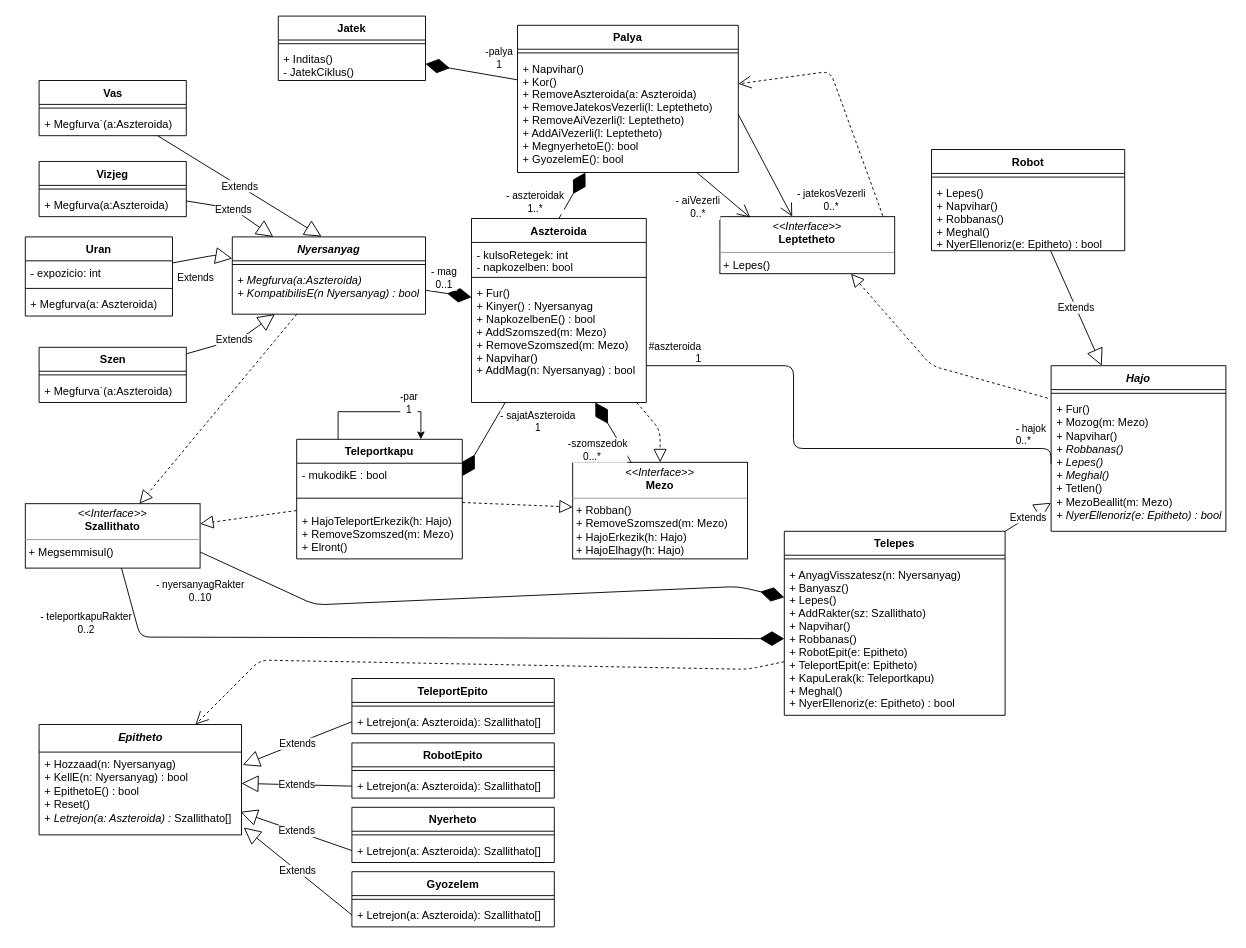
Earlier version of the draw.io diagram doc/class.drawio (torpeBoiGo/aszteroidabanyaszat). Source tidied: cells renumbered, new cells numbered last; positions are measured from the earlier drawing's top-left corner, leaving out a move shared by most shapes. Both pictures are drawn from the tidied source at 92%, with x=0, y=0 at pixel (25, 16).
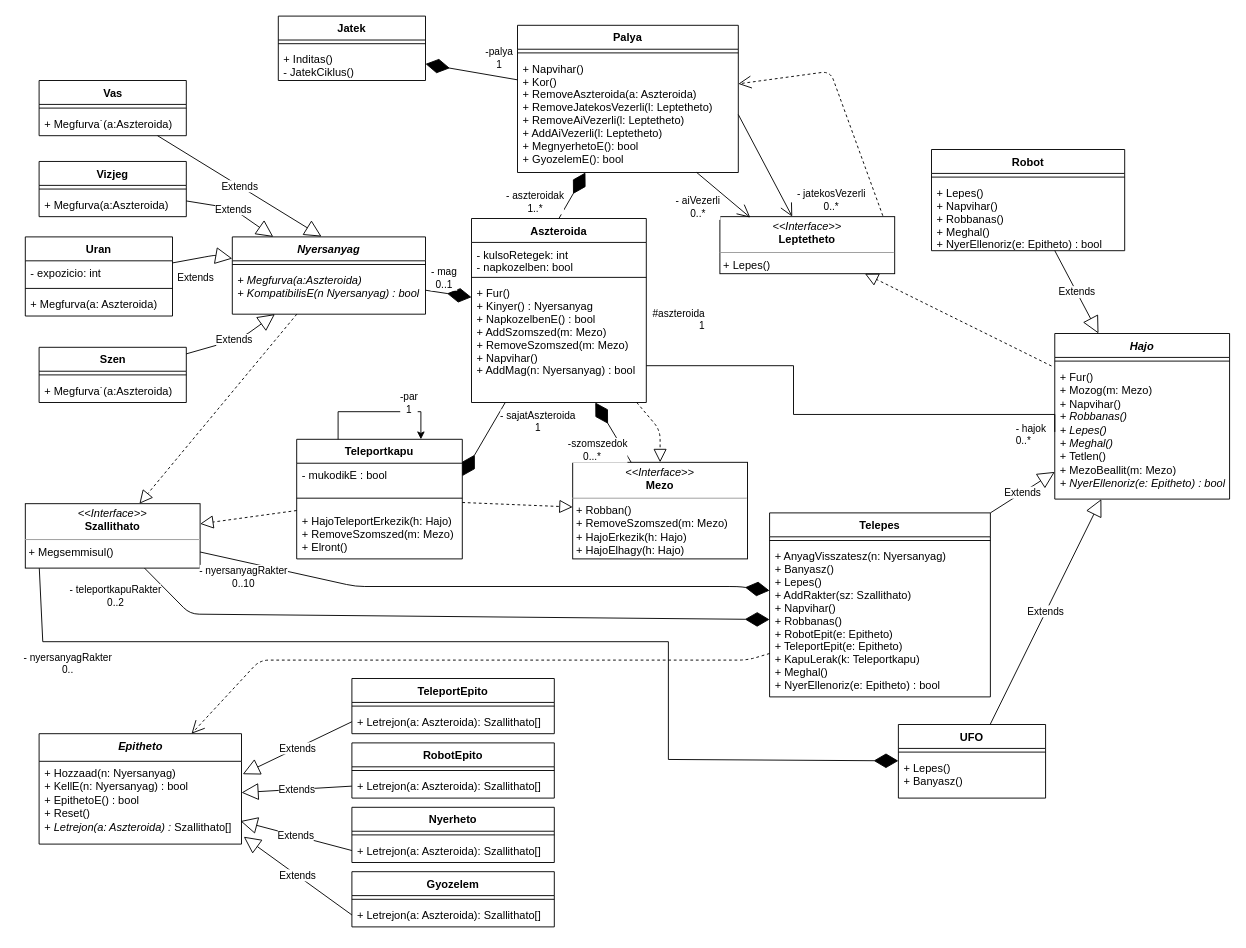
Above is the later version.

Commit message:
UFO kész

Unchanged cells that the change refers to:
```xml
<mxCell id="8" value="&lt;p style=&quot;margin: 0px ; margin-top: 4px ; text-align: center&quot;&gt;&lt;i&gt;&amp;lt;&amp;lt;Interface&amp;gt;&amp;gt;&lt;/i&gt;&lt;br&gt;&lt;b&gt;Leptetheto&lt;/b&gt;&lt;/p&gt;&lt;hr size=&quot;1&quot;&gt;&lt;p style=&quot;margin: 0px ; margin-left: 4px&quot;&gt;+ Lepes()&lt;/p&gt;" style="verticalAlign=top;align=left;overflow=fill;fontSize=12;fontFamily=Helvetica;html=1;" parent="1" vertex="1">
  <mxGeometry x="755" y="218" width="190" height="62" as="geometry" />
</mxCell>
<mxCell id="9" value="Aszteroida" style="swimlane;fontStyle=1;align=center;verticalAlign=top;horizontal=1;startSize=26;" parent="1" vertex="1">
  <mxGeometry x="485" y="220" width="190" height="200" as="geometry" />
</mxCell>
<mxCell id="18" value="+ AnyagVisszatesz(n: Nyersanyag)&#10;+ Banyasz()&#10;+ Lepes()&#10;+ AddRakter(sz: Szallithato)&#10;+ Napvihar()&#10;+ Robbanas()&#10;+ RobotEpit(e: Epitheto)&#10;+ TeleportEpit(e: Epitheto)&#10;+ KapuLerak(k: Teleportkapu)&#10;+ Meghal()&#10;+ NyerEllenoriz(e: Epitheto) : bool" style="text;strokeColor=none;fillColor=none;align=left;verticalAlign=top;spacingLeft=4;spacingRight=4;overflow=hidden;points=[[0,0.5],[1,0.5]];portConstraint=eastwest;fontStyle=0;" parent="16" vertex="1">
  <mxGeometry y="34" width="240" height="166" as="geometry" />
</mxCell>
<mxCell id="21" value="+ Fur()&lt;br&gt;+ Mozog(m: Mezo)&lt;br&gt;+ Napvihar()&lt;br&gt;&lt;i&gt;+ Robbanas()&lt;br&gt;+ Lepes()&lt;br&gt;+ Meghal()&lt;/i&gt;&lt;br&gt;+ Tetlen()&lt;br&gt;+ MezoBeallit(m: Mezo)&lt;br&gt;&lt;i&gt;+ NyerEllenoriz(e: Epitheto) : bool&lt;/i&gt;" style="text;strokeColor=none;fillColor=none;align=left;verticalAlign=top;spacingLeft=4;spacingRight=4;overflow=hidden;points=[[0,0.5],[1,0.5]];portConstraint=eastwest;fontStyle=0;html=1;" parent="19" vertex="1">
  <mxGeometry y="34" width="190" height="146" as="geometry" />
</mxCell>
<mxCell id="30" value="&lt;p style=&quot;margin: 0px ; margin-top: 4px ; text-align: center&quot;&gt;&lt;i&gt;&amp;lt;&amp;lt;Interface&amp;gt;&amp;gt;&lt;/i&gt;&lt;br&gt;&lt;b&gt;Szallithato&lt;/b&gt;&lt;/p&gt;&lt;hr size=&quot;1&quot;&gt;&lt;p style=&quot;margin: 0px ; margin-left: 4px&quot;&gt;&lt;/p&gt;&lt;p style=&quot;margin: 0px ; margin-left: 4px&quot;&gt;+ Megsemmisul()&lt;/p&gt;" style="verticalAlign=top;align=left;overflow=fill;fontSize=12;fontFamily=Helvetica;html=1;" parent="1" vertex="1">
  <mxGeometry y="530" width="190" height="70" as="geometry" />
</mxCell>
```

The edit, as a diff of the source:
```diff
@@
     <mxCell id="16" value="Telepes" style="swimlane;fontStyle=1;align=center;verticalAlign=top;horizontal=1;startSize=26;" parent="1" vertex="1">
-      <mxGeometry x="825" y="560" width="240" height="200" as="geometry" />
+      <mxGeometry x="809" y="540" width="240" height="200" as="geometry" />
     </mxCell>
@@
     <mxCell id="19" value="Hajo" style="swimlane;fontStyle=3;align=center;verticalAlign=top;horizontal=1;startSize=26;" parent="1" vertex="1">
-      <mxGeometry x="1115" y="380" width="190" height="180" as="geometry" />
+      <mxGeometry x="1119" y="345" width="190" height="180" as="geometry" />
     </mxCell>
@@
-    <mxCell id="33" style="endArrow=block;dashed=1;endFill=0;endSize=12;html=1;entryX=0.75;entryY=1;entryDx=0;entryDy=0;exitX=-0.019;exitY=0.009;exitDx=0;exitDy=0;exitPerimeter=0;" parent="1" edge="1" source="21" target="8">
-      <mxGeometry relative="1" as="geometry">
-        <Array as="points">
-          <mxPoint x="985" y="380" />
-        </Array>
-      </mxGeometry>
+    <mxCell id="33" style="endArrow=block;dashed=1;endFill=0;endSize=12;html=1;exitX=-0.019;exitY=0.009;exitDx=0;exitDy=0;exitPerimeter=0;" parent="1" edge="1" source="21" target="8">
+      <mxGeometry relative="1" as="geometry" />
     </mxCell>
@@
     <mxCell id="36" style="endArrow=diamondThin;endFill=1;endSize=24;html=1;exitX=1;exitY=0.75;exitDx=0;exitDy=0;" parent="1" edge="1" source="30" target="16">
       <mxGeometry relative="1" as="geometry">
         <Array as="points">
-          <mxPoint x="315" y="640" />
+          <mxPoint x="359" y="620" />
           <mxPoint x="775" y="620" />
         </Array>
       </mxGeometry>
     </mxCell>
     <mxCell id="37" value="- nyersanyagRakter&lt;br&gt;0..10" style="edgeLabel;html=1;align=center;verticalAlign=middle;" parent="36" vertex="1">
       <mxGeometry x="0.89" y="-6" relative="1" as="geometry">
-        <mxPoint x="-600" y="-5.2" as="offset" />
+        <mxPoint x="-538" y="-16" as="offset" />
       </mxGeometry>
     </mxCell>
@@
-    <mxCell id="48" style="endArrow=none;html=1;edgeStyle=orthogonalEdgeStyle;entryX=0;entryY=0.5;entryDx=0;entryDy=0;" parent="1" edge="1" source="9" target="21">
+    <mxCell id="48" style="endArrow=none;html=1;edgeStyle=orthogonalEdgeStyle;entryX=0;entryY=0.5;entryDx=0;entryDy=0;rounded=0;" parent="1" edge="1" source="9" target="21">
       <mxGeometry relative="1" as="geometry">
         <Array as="points">
           <mxPoint x="835" y="380" />
-          <mxPoint x="835" y="470" />
-          <mxPoint x="1115" y="470" />
+          <mxPoint x="835" y="433" />
         </Array>
       </mxGeometry>
     </mxCell>
@@
     <mxCell id="56" value="Epitheto" style="swimlane;fontStyle=3;align=center;verticalAlign=top;horizontal=1;startSize=30;html=1;" parent="1" vertex="1">
-      <mxGeometry x="15" y="770" width="220" height="120" as="geometry" />
+      <mxGeometry x="15" y="780" width="220" height="120" as="geometry" />
     </mxCell>
@@
     <mxCell id="86" style="endArrow=open;html=1;strokeWidth=1;endSize=12;endFill=0;dashed=1;" parent="1" edge="1" source="18" target="56">
       <mxGeometry relative="1" as="geometry">
         <Array as="points">
-          <mxPoint x="785" y="710" />
+          <mxPoint x="785" y="700" />
           <mxPoint x="255" y="700" />
         </Array>
       </mxGeometry>
     </mxCell>
@@
     <mxCell id="92" style="endArrow=diamondThin;endFill=1;endSize=24;html=1;" parent="1" edge="1" source="30" target="18">
       <mxGeometry relative="1" as="geometry">
         <Array as="points">
-          <mxPoint x="125" y="675" />
+          <mxPoint x="179" y="650" />
         </Array>
       </mxGeometry>
     </mxCell>
     <mxCell id="93" value="- teleportkapuRakter&lt;br&gt;0..2" style="edgeLabel;html=1;align=center;verticalAlign=middle;" parent="92" vertex="1">
       <mxGeometry x="0.89" y="-6" relative="1" as="geometry">
-        <mxPoint x="-716.7" y="-23.6" as="offset" />
+        <mxPoint x="-673.6" y="-31.5" as="offset" />
       </mxGeometry>
     </mxCell>
@@
+    <mxCell id="98" value="UFO" style="swimlane;fontStyle=1;align=center;verticalAlign=top;horizontal=1;startSize=26;" parent="1" vertex="1">
+      <mxGeometry x="949" y="770" width="160" height="80" as="geometry" />
+    </mxCell>
+    <mxCell id="99" style="line;strokeWidth=1;fillColor=none;align=left;verticalAlign=middle;spacingTop=-1;spacingLeft=3;spacingRight=3;labelPosition=right;" parent="98" vertex="1">
+      <mxGeometry y="26" width="160" height="8" as="geometry" />
+    </mxCell>
+    <mxCell id="100" value="+ Lepes()&#10;+ Banyasz()" style="text;strokeColor=none;fillColor=none;align=left;verticalAlign=top;spacingLeft=4;spacingRight=4;overflow=hidden;" parent="98" vertex="1">
+      <mxGeometry y="34" width="160" height="46" as="geometry" />
+    </mxCell>
+    <mxCell id="101" value="Extends" style="endArrow=block;endSize=16;endFill=0;html=1;" parent="1" edge="1" source="98" target="19">
+      <mxGeometry relative="1" as="geometry" />
+    </mxCell>
+    <mxCell id="102" style="endArrow=diamondThin;endFill=1;endSize=24;html=1;rounded=0;exitX=0.08;exitY=1.002;exitDx=0;exitDy=0;exitPerimeter=0;" parent="1" edge="1" source="30" target="98">
+      <mxGeometry relative="1" as="geometry">
+        <Array as="points">
+          <mxPoint x="19" y="680" />
+          <mxPoint x="699" y="680" />
+          <mxPoint x="699" y="808" />
+        </Array>
+      </mxGeometry>
+    </mxCell>
+    <mxCell id="103" value="- nyersanyagRakter&lt;br&gt;0.." style="edgeLabel;html=1;align=center;verticalAlign=middle;" parent="102" vertex="1">
+      <mxGeometry x="0.89" y="-6" relative="1" as="geometry">
+        <mxPoint x="-840.8" y="-111.7" as="offset" />
+      </mxGeometry>
+    </mxCell>
```
